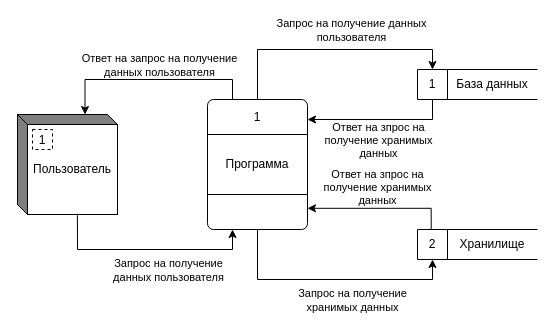
Above: Documents/DFD1.drawio in ReyRom/VortexFile (draw.io), before the change. Source tidied: cells renumbered, new cells numbered last; positions are measured from the earlier drawing's top-left corner, leaving out a move shared by most shapes. Both pictures are drawn from the tidied source at 100%, with x=0, y=0 at pixel (17, 49).
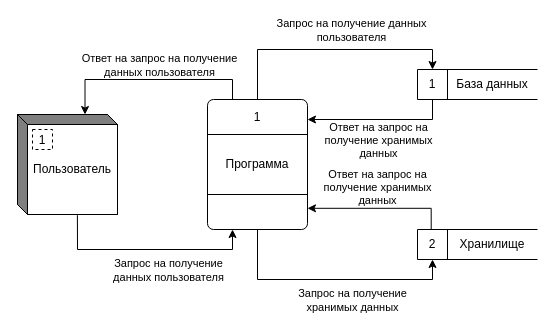
After the change.

Unchanged cells that the change refers to:
```xml
<mxCell id="23" style="endArrow=classic;html=1;rounded=0;edgeStyle=orthogonalEdgeStyle;exitX=0.5;exitY=0;exitDx=0;exitDy=0;entryX=1.013;entryY=0.914;entryDx=0;entryDy=0;entryPerimeter=0;" parent="1" edge="1">
  <mxGeometry relative="1" as="geometry">
    <mxPoint x="413.7" y="180" as="sourcePoint" />
    <mxPoint x="290" y="158.8" as="targetPoint" />
    <Array as="points">
      <mxPoint x="413.7" y="159" />
    </Array>
  </mxGeometry>
</mxCell>
<mxCell id="25" style="endArrow=classic;html=1;rounded=0;edgeStyle=orthogonalEdgeStyle;exitX=0.5;exitY=1;exitDx=0;exitDy=0;entryX=1.013;entryY=0.914;entryDx=0;entryDy=0;entryPerimeter=0;" parent="1" edge="1" source="15">
  <mxGeometry relative="1" as="geometry">
    <mxPoint x="290" y="70" as="targetPoint" />
    <Array as="points">
      <mxPoint x="415" y="70" />
    </Array>
  </mxGeometry>
</mxCell>
```

Diff of the diagram source:
```diff
@@
-    <mxCell id="24" value="Ответ на зпрос на&lt;br&gt;получение хранимых&lt;br&gt;данных" style="edgeLabel;html=1;align=center;verticalAlign=middle;" parent="23" vertex="1">
+    <mxCell id="24" value="Ответ на запрос на&lt;br&gt;получение хранимых&lt;br&gt;данных" style="edgeLabel;html=1;align=center;verticalAlign=middle;" parent="23" vertex="1">
       <mxGeometry x="-0.18" relative="1" as="geometry">
         <mxPoint x="-16" y="-21" as="offset" />
       </mxGeometry>
     </mxCell>
@@
-    <mxCell id="26" value="Ответ на зпрос на&lt;br&gt;получение хранимых&lt;br&gt;данных" style="edgeLabel;html=1;align=center;verticalAlign=middle;" parent="25" vertex="1">
+    <mxCell id="26" value="Ответ на запрос на&lt;br&gt;получение хранимых&lt;br&gt;данных" style="edgeLabel;html=1;align=center;verticalAlign=middle;" parent="25" vertex="1">
       <mxGeometry x="-0.18" relative="1" as="geometry">
         <mxPoint x="-16" y="20" as="offset" />
       </mxGeometry>
     </mxCell>
```
